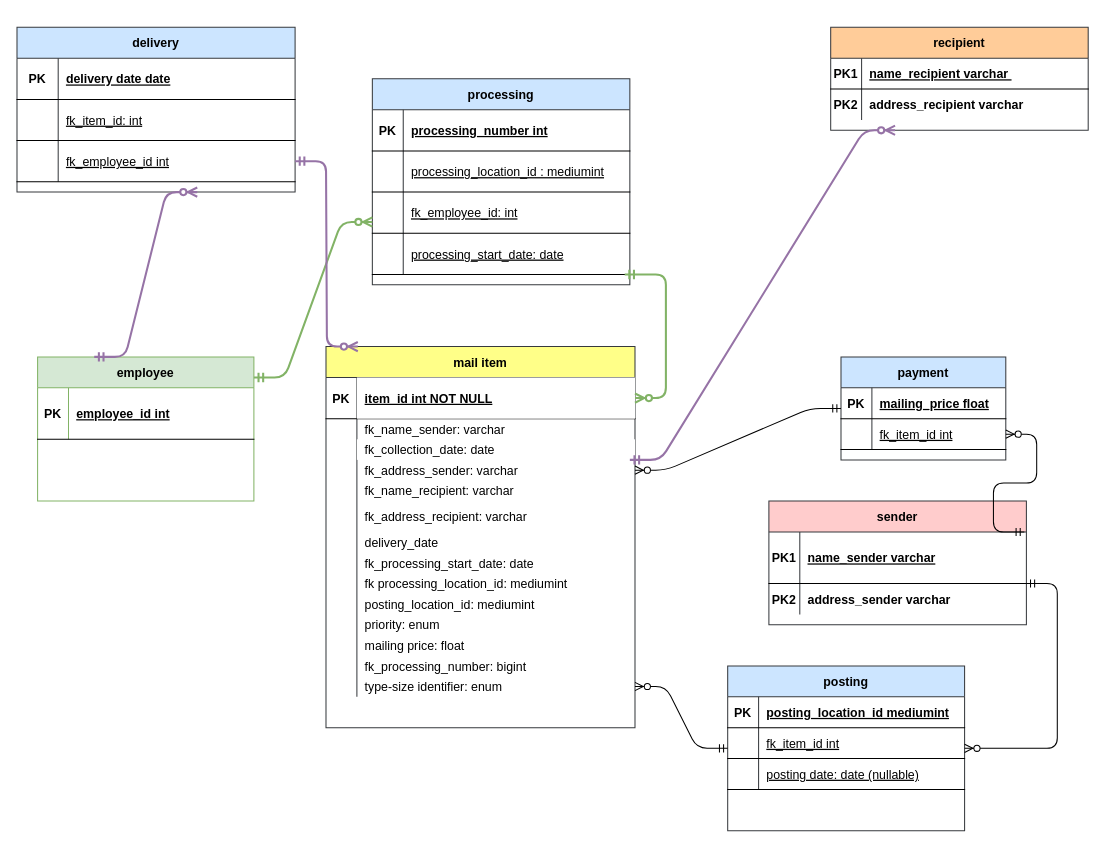
Before: database_development_CR09/UML_ClassDiagram_CR09.drawio in Carina20/CFLMS-Carina-CodeReview-09, a draw.io diagram. Source tidied: cells renumbered, new cells numbered last; positions are measured from the earlier drawing's top-left corner, leaving out a move shared by most shapes. Both pictures are drawn from the tidied source at 103%, with x=0, y=0 at pixel (16, 27).
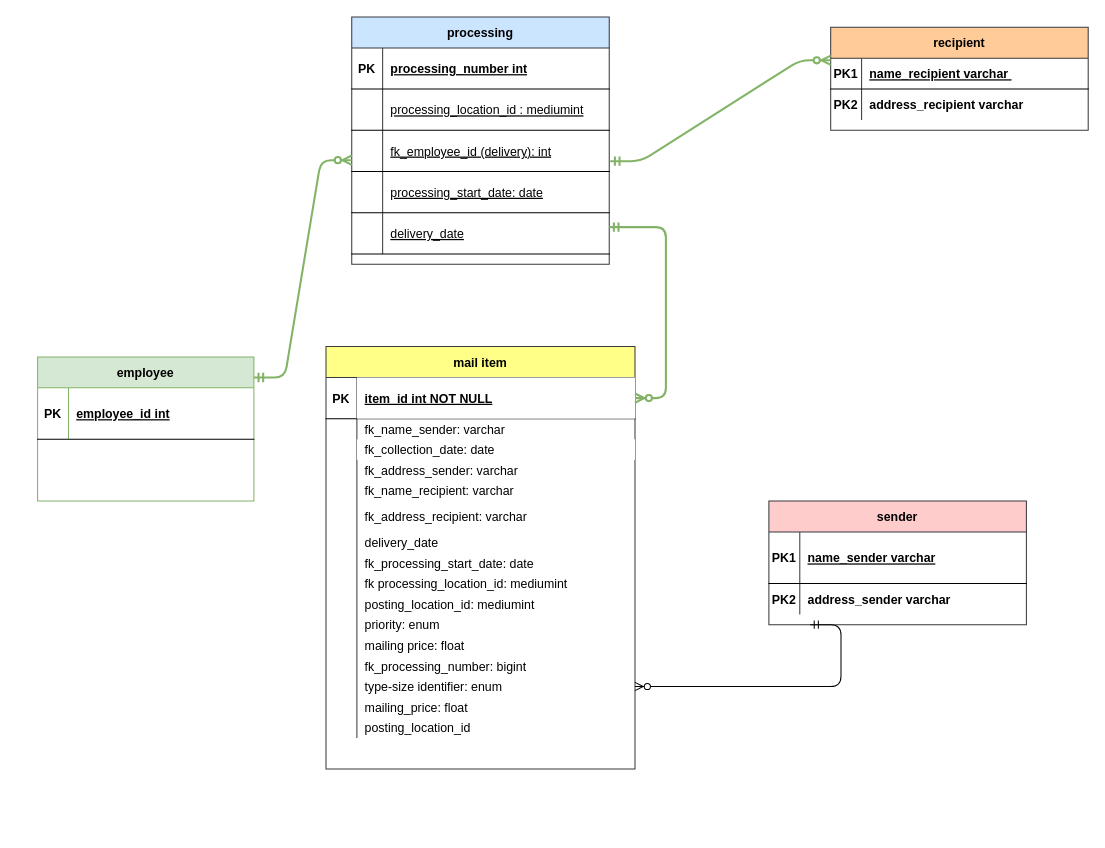
The same page after the edit.

The change refers to these unchanged cells:
```xml
<mxCell id="12" value="recipient" style="shape=table;startSize=30;childLayout=tableLayout;rowLines=0;fontStyle=1;align=center;fillColor=#ffcc99;strokeColor=#36393d;" parent="1" vertex="1">
  <mxGeometry x="790" width="250" height="100" as="geometry" />
</mxCell>
<mxCell id="13" style="shape=partialRectangle;fillColor=none;points=[[0,0.5],[1,0.5]];portConstraint=eastwest;top=0;left=0;right=0;bottom=1;" parent="12" vertex="1">
  <mxGeometry y="30" width="250" height="30" as="geometry" />
</mxCell>
<mxCell id="33" style="shape=partialRectangle;fillColor=none;points=[[0,0.5],[1,0.5]];portConstraint=eastwest;top=0;left=0;right=0;bottom=1;" parent="26" vertex="1">
  <mxGeometry y="110" width="250" height="40" as="geometry" />
</mxCell>
<mxCell id="61" style="shape=partialRectangle;fillColor=none;points=[[0,0.5],[1,0.5]];portConstraint=eastwest;top=0;left=0;right=0;bottom=1;" parent="60" vertex="1">
  <mxGeometry y="30" width="300" height="40" as="geometry" />
</mxCell>
<mxCell id="70" style="shape=partialRectangle;fillColor=none;points=[[0,0.5],[1,0.5]];portConstraint=eastwest;top=0;left=0;right=0;bottom=0;" parent="60" vertex="1">
  <mxGeometry y="110" width="300" height="20" as="geometry" />
</mxCell>
<mxCell id="100" style="shape=partialRectangle;fillColor=none;points=[[0,0.5],[1,0.5]];portConstraint=eastwest;top=0;left=0;right=0;bottom=0;" parent="60" vertex="1">
  <mxGeometry y="320" width="300" height="20" as="geometry" />
</mxCell>
```

What changed in the source:
```diff
@@
-    <mxCell id="2" value="delivery" style="shape=table;startSize=30;childLayout=tableLayout;rowLines=0;fontStyle=1;align=center;fillColor=#cce5ff;strokeColor=#36393d;" parent="1" vertex="1">
-      <mxGeometry width="270" height="160" as="geometry" />
-    </mxCell>
-    <mxCell id="3" style="shape=partialRectangle;fillColor=none;top=0;left=0;right=0;bottom=1;" parent="2" vertex="1">
-      <mxGeometry y="30" width="270" height="40" as="geometry" />
-    </mxCell>
-    <mxCell id="4" value="PK" style="shape=partialRectangle;overflow=hidden;fillColor=none;top=0;left=0;bottom=0;right=0;fontStyle=1;" parent="3" vertex="1">
-      <mxGeometry width="40" height="40" as="geometry" />
-    </mxCell>
-    <mxCell id="5" value="delivery date date" style="shape=partialRectangle;overflow=hidden;fillColor=none;top=0;left=0;bottom=0;right=0;align=left;spacingLeft=6;fontStyle=5;" parent="3" vertex="1">
-      <mxGeometry x="40" width="230" height="40" as="geometry" />
-    </mxCell>
-    <mxCell id="6" style="shape=partialRectangle;fillColor=none;top=0;left=0;right=0;bottom=1;" parent="2" vertex="1">
-      <mxGeometry y="70" width="270" height="40" as="geometry" />
-    </mxCell>
-    <mxCell id="7" style="shape=partialRectangle;overflow=hidden;fillColor=none;top=0;left=0;bottom=0;right=0;fontStyle=1;" parent="6" vertex="1">
-      <mxGeometry width="40" height="40" as="geometry" />
-    </mxCell>
-    <mxCell id="8" value="fk_item_id: int" style="shape=partialRectangle;overflow=hidden;fillColor=none;top=0;left=0;bottom=0;right=0;align=left;spacingLeft=6;fontStyle=4;" parent="6" vertex="1">
-      <mxGeometry x="40" width="230" height="40" as="geometry" />
-    </mxCell>
-    <mxCell id="9" style="shape=partialRectangle;fillColor=none;points=[[0,0.5],[1,0.5]];portConstraint=eastwest;top=0;left=0;right=0;bottom=1;" parent="2" vertex="1">
-      <mxGeometry y="110" width="270" height="40" as="geometry" />
-    </mxCell>
-    <mxCell id="10" style="shape=partialRectangle;overflow=hidden;fillColor=none;top=0;left=0;bottom=0;right=0;fontStyle=1;" parent="9" vertex="1">
-      <mxGeometry width="40" height="40" as="geometry" />
-    </mxCell>
-    <mxCell id="11" value="fk_employee_id int" style="shape=partialRectangle;overflow=hidden;fillColor=none;top=0;left=0;bottom=0;right=0;align=left;spacingLeft=6;fontStyle=4;" parent="9" vertex="1">
-      <mxGeometry x="40" width="230" height="40" as="geometry" />
-    </mxCell>
@@
-    <mxCell id="19" value="sender" style="shape=table;startSize=30;childLayout=tableLayout;rowLines=0;fontStyle=1;align=center;flipH=1;fillColor=#ffcccc;strokeColor=#36393d;" parent="1" vertex="1">
-      <mxGeometry x="730" y="460" width="250" height="120" as="geometry" />
-    </mxCell>
-    <mxCell id="20" style="shape=partialRectangle;fillColor=none;points=[[0,0.5],[1,0.5]];portConstraint=eastwest;top=0;left=0;right=0;bottom=1;" parent="19" vertex="1">
-      <mxGeometry y="30" width="250" height="50" as="geometry" />
-    </mxCell>
-    <mxCell id="21" value="PK1" style="shape=partialRectangle;overflow=hidden;fillColor=none;top=0;left=0;bottom=0;right=0;fontStyle=1;" parent="20" vertex="1">
-      <mxGeometry width="30" height="50" as="geometry" />
-    </mxCell>
-    <mxCell id="22" value="name_sender varchar" style="shape=partialRectangle;overflow=hidden;fillColor=none;top=0;left=0;bottom=0;right=0;align=left;spacingLeft=6;fontStyle=5;" parent="20" vertex="1">
-      <mxGeometry x="30" width="220" height="50" as="geometry" />
-    </mxCell>
-    <mxCell id="23" style="shape=partialRectangle;fillColor=none;top=0;left=0;right=0;bottom=0;fontStyle=1;" parent="19" vertex="1">
-      <mxGeometry y="80" width="250" height="30" as="geometry" />
-    </mxCell>
-    <mxCell id="24" value="PK2" style="shape=partialRectangle;overflow=hidden;fillColor=none;top=0;left=0;bottom=0;right=0;fontStyle=1;" parent="23" vertex="1">
-      <mxGeometry width="30" height="30" as="geometry" />
-    </mxCell>
-    <mxCell id="25" value="address_sender varchar" style="shape=partialRectangle;overflow=hidden;fillColor=none;top=0;left=0;bottom=0;right=0;align=left;spacingLeft=6;fontStyle=1;" parent="23" vertex="1">
-      <mxGeometry x="30" width="220" height="30" as="geometry" />
-    </mxCell>
     <mxCell id="26" value="processing" style="shape=table;startSize=30;childLayout=tableLayout;rowLines=0;fontStyle=1;align=center;fillColor=#cce5ff;strokeColor=#36393d;" parent="1" vertex="1">
-      <mxGeometry x="345" y="50" width="250" height="200" as="geometry" />
+      <mxGeometry x="325" y="-10" width="250" height="240" as="geometry" />
     </mxCell>
@@
-    <mxCell id="35" value="fk_employee_id: int" style="shape=partialRectangle;overflow=hidden;fillColor=none;top=0;left=0;bottom=0;right=0;align=left;spacingLeft=6;fontStyle=4;" parent="33" vertex="1">
+    <mxCell id="35" value="fk_employee_id (delivery): int" style="shape=partialRectangle;overflow=hidden;fillColor=none;top=0;left=0;bottom=0;right=0;align=left;spacingLeft=6;fontStyle=4;" parent="33" vertex="1">
       <mxGeometry x="30" width="220" height="40" as="geometry" />
     </mxCell>
@@
+    <mxCell id="112" style="shape=partialRectangle;fillColor=none;points=[[0,0.5],[1,0.5]];portConstraint=eastwest;top=0;left=0;right=0;bottom=1;" parent="26" vertex="1">
+      <mxGeometry y="190" width="250" height="40" as="geometry" />
+    </mxCell>
+    <mxCell id="113" style="shape=partialRectangle;overflow=hidden;fillColor=none;top=0;left=0;bottom=0;right=0;fontStyle=1;" parent="112" vertex="1">
+      <mxGeometry width="30" height="40" as="geometry" />
+    </mxCell>
+    <mxCell id="114" value="delivery_date" style="shape=partialRectangle;overflow=hidden;fillColor=none;top=0;left=0;bottom=0;right=0;align=left;spacingLeft=6;fontStyle=4;" parent="112" vertex="1">
+      <mxGeometry x="30" width="220" height="40" as="geometry" />
+    </mxCell>
+    <mxCell id="19" value="sender" style="shape=table;startSize=30;childLayout=tableLayout;rowLines=0;fontStyle=1;align=center;flipH=1;fillColor=#ffcccc;strokeColor=#36393d;" parent="1" vertex="1">
+      <mxGeometry x="730" y="460" width="250" height="120" as="geometry" />
+    </mxCell>
+    <mxCell id="20" style="shape=partialRectangle;fillColor=none;points=[[0,0.5],[1,0.5]];portConstraint=eastwest;top=0;left=0;right=0;bottom=1;" parent="19" vertex="1">
+      <mxGeometry y="30" width="250" height="50" as="geometry" />
+    </mxCell>
+    <mxCell id="21" value="PK1" style="shape=partialRectangle;overflow=hidden;fillColor=none;top=0;left=0;bottom=0;right=0;fontStyle=1;" parent="20" vertex="1">
+      <mxGeometry width="30" height="50" as="geometry" />
+    </mxCell>
+    <mxCell id="22" value="name_sender varchar" style="shape=partialRectangle;overflow=hidden;fillColor=none;top=0;left=0;bottom=0;right=0;align=left;spacingLeft=6;fontStyle=5;" parent="20" vertex="1">
+      <mxGeometry x="30" width="220" height="50" as="geometry" />
+    </mxCell>
+    <mxCell id="23" style="shape=partialRectangle;fillColor=none;top=0;left=0;right=0;bottom=0;fontStyle=1;" parent="19" vertex="1">
+      <mxGeometry y="80" width="250" height="30" as="geometry" />
+    </mxCell>
+    <mxCell id="24" value="PK2" style="shape=partialRectangle;overflow=hidden;fillColor=none;top=0;left=0;bottom=0;right=0;fontStyle=1;" parent="23" vertex="1">
+      <mxGeometry width="30" height="30" as="geometry" />
+    </mxCell>
+    <mxCell id="25" value="address_sender varchar" style="shape=partialRectangle;overflow=hidden;fillColor=none;top=0;left=0;bottom=0;right=0;align=left;spacingLeft=6;fontStyle=1;" parent="23" vertex="1">
+      <mxGeometry x="30" width="220" height="30" as="geometry" />
+    </mxCell>
@@
-    <mxCell id="43" value="payment" style="shape=table;startSize=30;childLayout=tableLayout;rowLines=0;fontStyle=1;align=center;fillColor=#cce5ff;strokeColor=#36393d;" parent="1" vertex="1">
-      <mxGeometry x="800" y="320" width="160" height="100" as="geometry" />
-    </mxCell>
-    <mxCell id="44" style="shape=partialRectangle;fillColor=none;top=0;left=0;right=0;bottom=1;" parent="43" vertex="1">
-      <mxGeometry y="30" width="160" height="30" as="geometry" />
-    </mxCell>
-    <mxCell id="45" value="PK" style="shape=partialRectangle;overflow=hidden;fillColor=none;top=0;left=0;bottom=0;right=0;fontStyle=1;" parent="44" vertex="1">
-      <mxGeometry width="30" height="30" as="geometry" />
-    </mxCell>
-    <mxCell id="46" value="mailing_price float" style="shape=partialRectangle;overflow=hidden;fillColor=none;top=0;left=0;bottom=0;right=0;align=left;spacingLeft=6;fontStyle=5;" parent="44" vertex="1">
-      <mxGeometry x="30" width="130" height="30" as="geometry" />
-    </mxCell>
-    <mxCell id="47" style="shape=partialRectangle;fillColor=none;points=[[0,0.5],[1,0.5]];portConstraint=eastwest;top=0;left=0;right=0;bottom=1;" parent="43" vertex="1">
-      <mxGeometry y="60" width="160" height="30" as="geometry" />
-    </mxCell>
-    <mxCell id="48" style="shape=partialRectangle;overflow=hidden;fillColor=none;top=0;left=0;bottom=0;right=0;fontStyle=1;" parent="47" vertex="1">
-      <mxGeometry width="30" height="30" as="geometry" />
-    </mxCell>
-    <mxCell id="49" value="fk_item_id int" style="shape=partialRectangle;overflow=hidden;fillColor=none;top=0;left=0;bottom=0;right=0;align=left;spacingLeft=6;fontStyle=4;" parent="47" vertex="1">
-      <mxGeometry x="30" width="130" height="30" as="geometry" />
-    </mxCell>
-    <mxCell id="50" value="posting" style="shape=table;startSize=30;childLayout=tableLayout;rowLines=0;fontStyle=1;align=center;fillColor=#cce5ff;strokeColor=#36393d;" parent="1" vertex="1">
-      <mxGeometry x="690" y="620" width="230" height="160" as="geometry" />
-    </mxCell>
-    <mxCell id="51" style="shape=partialRectangle;fillColor=none;top=0;left=0;right=0;bottom=1;" parent="50" vertex="1">
-      <mxGeometry y="30" width="230" height="30" as="geometry" />
-    </mxCell>
-    <mxCell id="52" value="PK" style="shape=partialRectangle;overflow=hidden;fillColor=none;top=0;left=0;bottom=0;right=0;fontStyle=1;" parent="51" vertex="1">
-      <mxGeometry width="30" height="30" as="geometry" />
-    </mxCell>
-    <mxCell id="53" value="posting_location_id mediumint" style="shape=partialRectangle;overflow=hidden;fillColor=none;top=0;left=0;bottom=0;right=0;align=left;spacingLeft=6;fontStyle=5;" parent="51" vertex="1">
-      <mxGeometry x="30" width="200" height="30" as="geometry" />
-    </mxCell>
-    <mxCell id="54" style="shape=partialRectangle;fillColor=none;top=0;left=0;right=0;bottom=1;" parent="50" vertex="1">
-      <mxGeometry y="60" width="230" height="30" as="geometry" />
-    </mxCell>
-    <mxCell id="55" style="shape=partialRectangle;overflow=hidden;fillColor=none;top=0;left=0;bottom=0;right=0;fontStyle=1;" parent="54" vertex="1">
-      <mxGeometry width="30" height="30" as="geometry" />
-    </mxCell>
-    <mxCell id="56" value="fk_item_id int" style="shape=partialRectangle;overflow=hidden;fillColor=none;top=0;left=0;bottom=0;right=0;align=left;spacingLeft=6;fontStyle=4;" parent="54" vertex="1">
-      <mxGeometry x="30" width="200" height="30" as="geometry" />
-    </mxCell>
-    <mxCell id="57" style="shape=partialRectangle;fillColor=none;top=0;left=0;right=0;bottom=1;" parent="50" vertex="1">
-      <mxGeometry y="90" width="230" height="30" as="geometry" />
-    </mxCell>
-    <mxCell id="58" style="shape=partialRectangle;overflow=hidden;fillColor=none;top=0;left=0;bottom=0;right=0;fontStyle=1;" parent="57" vertex="1">
-      <mxGeometry width="30" height="30" as="geometry" />
-    </mxCell>
-    <mxCell id="59" value="posting date: date (nullable)" style="shape=partialRectangle;overflow=hidden;fillColor=none;top=0;left=0;bottom=0;right=0;align=left;spacingLeft=6;fontStyle=4;" parent="57" vertex="1">
-      <mxGeometry x="30" width="200" height="30" as="geometry" />
-    </mxCell>
     <mxCell id="60" value="mail item" style="shape=table;startSize=30;childLayout=tableLayout;rowLines=0;fontStyle=1;align=center;fillColor=#ffff88;strokeColor=#36393d;" parent="1" vertex="1">
-      <mxGeometry x="300" y="310" width="300" height="370" as="geometry" />
+      <mxGeometry x="300" y="310" width="300" height="410" as="geometry" />
     </mxCell>
@@
+    <mxCell id="115" style="shape=partialRectangle;fillColor=none;top=0;left=0;right=0;bottom=0;" parent="60" vertex="1">
+      <mxGeometry y="340" width="300" height="20" as="geometry" />
+    </mxCell>
+    <mxCell id="116" style="shape=partialRectangle;overflow=hidden;fillColor=none;top=0;left=0;bottom=0;right=0;" parent="115" vertex="1">
+      <mxGeometry width="30" height="20" as="geometry" />
+    </mxCell>
+    <mxCell id="117" value="mailing_price: float" style="shape=partialRectangle;overflow=hidden;fillColor=none;top=0;left=0;bottom=0;right=0;align=left;spacingLeft=6;strokeColor=#FFFF99;" parent="115" vertex="1">
+      <mxGeometry x="30" width="270" height="20" as="geometry" />
+    </mxCell>
+    <mxCell id="118" style="shape=partialRectangle;fillColor=none;top=0;left=0;right=0;bottom=0;" parent="60" vertex="1">
+      <mxGeometry y="360" width="300" height="20" as="geometry" />
+    </mxCell>
+    <mxCell id="119" style="shape=partialRectangle;overflow=hidden;fillColor=none;top=0;left=0;bottom=0;right=0;" parent="118" vertex="1">
+      <mxGeometry width="30" height="20" as="geometry" />
+    </mxCell>
+    <mxCell id="120" value="posting_location_id" style="shape=partialRectangle;overflow=hidden;fillColor=none;top=0;left=0;bottom=0;right=0;align=left;spacingLeft=6;strokeColor=#FFFF99;" parent="118" vertex="1">
+      <mxGeometry x="30" width="270" height="20" as="geometry" />
+    </mxCell>
@@
-    <mxCell id="104" style="edgeStyle=entityRelationEdgeStyle;fontSize=12;html=1;endArrow=ERzeroToMany;startArrow=ERmandOne;fillColor=#d5e8d4;strokeColor=#82b366;strokeWidth=2;" parent="1" edge="1" target="61">
-      <mxGeometry relative="1" as="geometry">
-        <mxPoint x="590" y="240" as="sourcePoint" />
-      </mxGeometry>
+    <mxCell id="104" style="edgeStyle=entityRelationEdgeStyle;fontSize=12;html=1;endArrow=ERzeroToMany;startArrow=ERmandOne;fillColor=#d5e8d4;strokeColor=#82b366;strokeWidth=2;exitX=1;exitY=0.35;exitDx=0;exitDy=0;exitPerimeter=0;" parent="1" edge="1" source="112" target="61">
+      <mxGeometry relative="1" as="geometry" />
     </mxCell>
-    <mxCell id="105" style="edgeStyle=entityRelationEdgeStyle;fontSize=12;html=1;endArrow=ERzeroToMany;startArrow=ERmandOne;" parent="1" edge="1" target="50">
-      <mxGeometry relative="1" as="geometry">
-        <mxPoint x="980" y="540" as="sourcePoint" />
-      </mxGeometry>
-    </mxCell>
-    <mxCell id="106" style="edgeStyle=entityRelationEdgeStyle;fontSize=12;html=1;endArrow=ERzeroToMany;startArrow=ERmandOne;" parent="1" edge="1" source="50" target="100">
-      <mxGeometry relative="1" as="geometry" />
+    <mxCell id="106" style="edgeStyle=entityRelationEdgeStyle;fontSize=12;html=1;endArrow=ERzeroToMany;startArrow=ERmandOne;" parent="1" edge="1" target="100">
+      <mxGeometry relative="1" as="geometry">
+        <mxPoint x="770" y="580" as="sourcePoint" />
+      </mxGeometry>
     </mxCell>
-    <mxCell id="107" style="edgeStyle=entityRelationEdgeStyle;fontSize=12;html=1;endArrow=ERzeroToMany;startArrow=ERmandOne;exitX=0.992;exitY=0;exitDx=0;exitDy=0;exitPerimeter=0;" parent="1" edge="1" source="20" target="47">
-      <mxGeometry relative="1" as="geometry" />
-    </mxCell>
-    <mxCell id="108" style="edgeStyle=entityRelationEdgeStyle;fontSize=12;html=1;endArrow=ERzeroToMany;startArrow=ERmandOne;" parent="1" edge="1" source="43" target="70">
-      <mxGeometry relative="1" as="geometry" />
-    </mxCell>
-    <mxCell id="109" style="edgeStyle=entityRelationEdgeStyle;fontSize=12;html=1;endArrow=ERzeroToMany;startArrow=ERmandOne;fillColor=#e1d5e7;strokeColor=#9673a6;strokeWidth=2;" parent="1" edge="1">
-      <mxGeometry relative="1" as="geometry">
-        <mxPoint x="75" y="320" as="sourcePoint" />
-        <mxPoint x="175" y="160" as="targetPoint" />
-      </mxGeometry>
-    </mxCell>
-    <mxCell id="110" style="edgeStyle=entityRelationEdgeStyle;fontSize=12;html=1;endArrow=ERzeroToMany;startArrow=ERmandOne;exitX=1;exitY=0.5;exitDx=0;exitDy=0;entryX=0.103;entryY=0;entryDx=0;entryDy=0;entryPerimeter=0;fillColor=#e1d5e7;strokeColor=#9673a6;strokeWidth=2;" parent="1" edge="1" source="9" target="60">
-      <mxGeometry relative="1" as="geometry" />
-    </mxCell>
-    <mxCell id="111" style="edgeStyle=entityRelationEdgeStyle;fontSize=12;html=1;endArrow=ERzeroToMany;startArrow=ERmandOne;entryX=0.25;entryY=1;entryDx=0;entryDy=0;fillColor=#e1d5e7;strokeColor=#9673a6;strokeWidth=2;" parent="1" edge="1" target="12">
-      <mxGeometry relative="1" as="geometry">
-        <mxPoint x="595" y="420" as="sourcePoint" />
-      </mxGeometry>
-    </mxCell>
+    <mxCell id="121" style="edgeStyle=entityRelationEdgeStyle;fontSize=12;html=1;endArrow=ERzeroToMany;startArrow=ERmandOne;entryX=0;entryY=0.067;entryDx=0;entryDy=0;entryPerimeter=0;fillColor=#d5e8d4;strokeColor=#82b366;strokeWidth=2;exitX=1.004;exitY=0.75;exitDx=0;exitDy=0;exitPerimeter=0;" parent="1" edge="1" source="33" target="13">
+      <mxGeometry relative="1" as="geometry" />
+    </mxCell>
```
